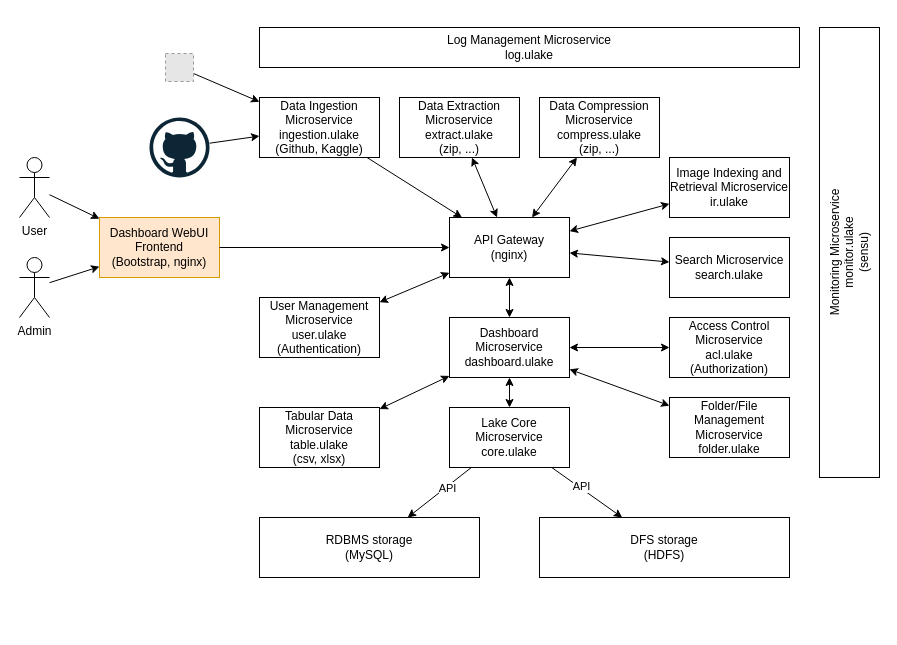
Above: page "Page-1" (1 of 4) of docs/arch.drawio in larycoder/ulake-internship (draw.io), before the change. Source tidied: cells renumbered, new cells numbered last; positions are measured from the earlier drawing's top-left corner, leaving out a move shared by most shapes. Both pictures are drawn from the tidied source at 100%, with x=0, y=0 at pixel (19, 27). Pictures stored in the file or linked from it are replaced by grey dashed boxes.
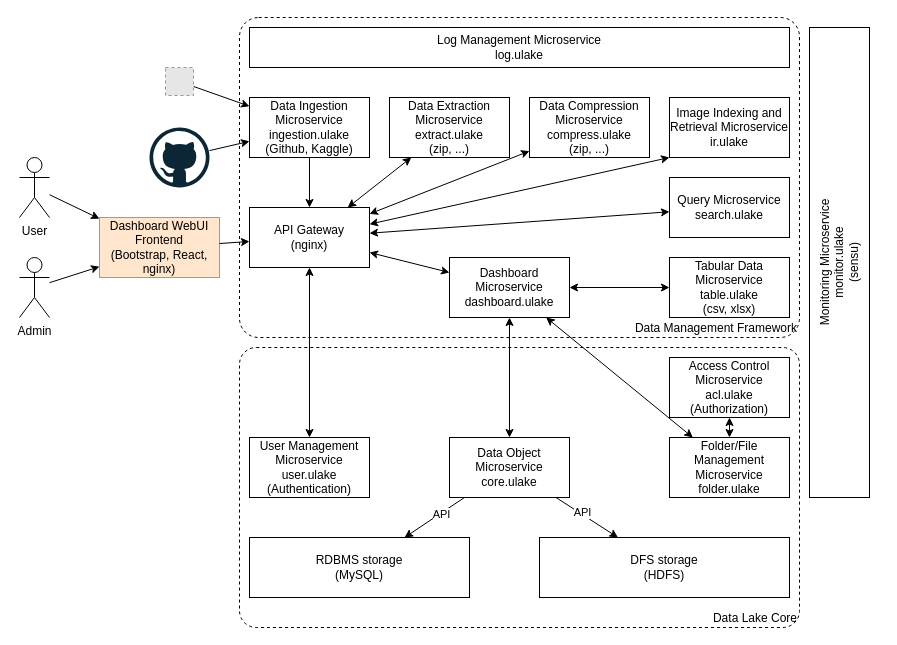
The same page after the edit.

Change to the diagram source:
```diff
@@
+    <mxCell id="43" value="Data Management Framework" style="rounded=1;whiteSpace=wrap;html=1;fillColor=none;perimeterSpacing=0;arcSize=6;dashed=1;verticalAlign=bottom;align=right;" parent="1" vertex="1">
+      <mxGeometry x="220" y="-10" width="560" height="320" as="geometry" />
+    </mxCell>
+    <mxCell id="44" value="Data Lake Core" style="rounded=1;whiteSpace=wrap;html=1;fillColor=none;perimeterSpacing=0;arcSize=6;dashed=1;verticalAlign=bottom;align=right;" parent="1" vertex="1">
+      <mxGeometry x="220" y="320" width="560" height="280" as="geometry" />
+    </mxCell>
@@
     <mxCell id="7" value="API Gateway&lt;br&gt;(nginx)" style="rounded=0;whiteSpace=wrap;html=1;strokeColor=#000000;" parent="1" vertex="1">
-      <mxGeometry x="430" y="190" width="120" height="60" as="geometry" />
+      <mxGeometry x="230" y="180" width="120" height="60" as="geometry" />
     </mxCell>
@@
     <mxCell id="10" value="User Management Microservice&lt;br&gt;user.ulake&lt;br&gt;(Authentication)" style="rounded=0;whiteSpace=wrap;html=1;fillColor=none;strokeColor=#000000;" parent="1" vertex="1">
-      <mxGeometry x="240" y="270" width="120" height="60" as="geometry" />
+      <mxGeometry x="230" y="410" width="120" height="60" as="geometry" />
     </mxCell>
@@
-    <mxCell id="15" value="Lake Core Microservice&lt;br&gt;core.ulake" style="rounded=0;whiteSpace=wrap;html=1;fillColor=none;strokeColor=#000000;" parent="1" vertex="1">
-      <mxGeometry x="430" y="380" width="120" height="60" as="geometry" />
+    <mxCell id="15" value="Data Object&lt;br&gt;Microservice&lt;br&gt;core.ulake" style="rounded=0;whiteSpace=wrap;html=1;fillColor=none;strokeColor=#000000;" parent="1" vertex="1">
+      <mxGeometry x="430" y="410" width="120" height="60" as="geometry" />
     </mxCell>
-    <mxCell id="16" value="Dashboard&amp;nbsp;WebUI&lt;br&gt;Frontend&lt;br&gt;(Bootstrap, nginx)" style="rounded=0;whiteSpace=wrap;html=1;fillColor=#ffe6cc;strokeColor=#d79b00;" parent="1" vertex="1">
+    <mxCell id="16" value="Dashboard&amp;nbsp;WebUI&lt;br&gt;Frontend&lt;br&gt;(Bootstrap, React, nginx)" style="rounded=0;whiteSpace=wrap;html=1;fillColor=#ffe6cc;strokeColor=#d79b00;" parent="1" vertex="1">
       <mxGeometry x="80" y="190" width="120" height="60" as="geometry" />
     </mxCell>
     <mxCell id="17" value="Access Control&lt;br&gt;Microservice&lt;br&gt;acl.ulake&lt;br&gt;(Authorization)" style="rounded=0;whiteSpace=wrap;html=1;fillColor=none;strokeColor=#000000;" parent="1" vertex="1">
-      <mxGeometry x="650" y="290" width="120" height="60" as="geometry" />
+      <mxGeometry x="650" y="330" width="120" height="60" as="geometry" />
     </mxCell>
@@
     <mxCell id="19" value="Folder/File Management Microservice&lt;br&gt;folder.ulake" style="rounded=0;whiteSpace=wrap;html=1;fillColor=none;strokeColor=#000000;" parent="1" vertex="1">
-      <mxGeometry x="650" y="370" width="120" height="60" as="geometry" />
+      <mxGeometry x="650" y="410" width="120" height="60" as="geometry" />
     </mxCell>
@@
     <mxCell id="21" value="Data Ingestion Microservice&lt;br&gt;ingestion.ulake&lt;br&gt;(Github, Kaggle)" style="rounded=0;whiteSpace=wrap;html=1;fillColor=none;strokeColor=#000000;" parent="1" vertex="1">
-      <mxGeometry x="240" y="70" width="120" height="60" as="geometry" />
+      <mxGeometry x="230" y="70" width="120" height="60" as="geometry" />
     </mxCell>
@@
     <mxCell id="25" value="RDBMS storage&lt;br&gt;(MySQL)" style="rounded=0;whiteSpace=wrap;html=1;strokeColor=#000000;" parent="1" vertex="1">
-      <mxGeometry x="240" y="490" width="220" height="60" as="geometry" />
+      <mxGeometry x="230" y="510" width="220" height="60" as="geometry" />
     </mxCell>
     <mxCell id="26" value="DFS storage&lt;br&gt;(HDFS)" style="rounded=0;whiteSpace=wrap;html=1;strokeColor=#000000;" parent="1" vertex="1">
-      <mxGeometry x="520" y="490" width="250" height="60" as="geometry" />
+      <mxGeometry x="520" y="510" width="250" height="60" as="geometry" />
     </mxCell>
     <mxCell id="27" value="Data Compression&lt;br&gt;Microservice&lt;br&gt;compress.ulake&lt;br&gt;(zip, ...)" style="rounded=0;whiteSpace=wrap;html=1;fillColor=none;strokeColor=#000000;" parent="1" vertex="1">
-      <mxGeometry x="520" y="70" width="120" height="60" as="geometry" />
+      <mxGeometry x="510" y="70" width="120" height="60" as="geometry" />
     </mxCell>
@@
     <mxCell id="29" style="fillColor=#E6E6E6;strokeColor=#999999;dashed=1;html=1;verticalAlign=top;verticalLabelPosition=bottom;labelBackgroundColor=#ffffff;" parent="1" vertex="1">
-      <mxGeometry x="146" y="26" width="28" height="28" as="geometry" />
+      <mxGeometry x="146" y="40" width="28" height="28" as="geometry" />
     </mxCell>
@@
     <mxCell id="31" style="dashed=0;outlineConnect=0;html=1;align=center;labelPosition=center;verticalLabelPosition=bottom;verticalAlign=top;shape=mxgraph.weblogos.github;" parent="1" vertex="1">
-      <mxGeometry x="130" y="90" width="60" height="60" as="geometry" />
+      <mxGeometry x="130" y="100" width="60" height="60" as="geometry" />
     </mxCell>
-    <mxCell id="32" style="rounded=0;jettySize=auto;html=1;startArrow=classic;startFill=1;" parent="1" edge="1" source="34" target="17">
+    <mxCell id="32" style="rounded=0;jettySize=auto;html=1;startArrow=classic;startFill=1;" parent="1" edge="1" source="19" target="17">
       <mxGeometry relative="1" as="geometry" />
     </mxCell>
@@
     <mxCell id="34" value="Dashboard Microservice&lt;br&gt;dashboard.ulake" style="rounded=0;whiteSpace=wrap;html=1;fillColor=none;strokeColor=#000000;" parent="1" vertex="1">
-      <mxGeometry x="430" y="290" width="120" height="60" as="geometry" />
+      <mxGeometry x="430" y="230" width="120" height="60" as="geometry" />
     </mxCell>
-    <mxCell id="35" value="Search Microservice&lt;br&gt;search.ulake" style="rounded=0;whiteSpace=wrap;html=1;fillColor=none;strokeColor=#000000;" parent="1" vertex="1">
-      <mxGeometry x="650" y="210" width="120" height="60" as="geometry" />
+    <mxCell id="35" value="Query Microservice&lt;br&gt;search.ulake" style="rounded=0;whiteSpace=wrap;html=1;fillColor=none;strokeColor=#000000;" parent="1" vertex="1">
+      <mxGeometry x="650" y="150" width="120" height="60" as="geometry" />
     </mxCell>
     <mxCell id="36" value="Tabular Data&lt;br&gt;Microservice&lt;br&gt;table.ulake&lt;br&gt;(csv, xlsx)" style="rounded=0;whiteSpace=wrap;html=1;fillColor=none;strokeColor=#000000;" parent="1" vertex="1">
-      <mxGeometry x="240" y="380" width="120" height="60" as="geometry" />
+      <mxGeometry x="650" y="230" width="120" height="60" as="geometry" />
     </mxCell>
@@
     <mxCell id="38" value="Data Extraction&lt;br&gt;Microservice&lt;br&gt;extract.ulake&lt;br&gt;(zip, ...)" style="rounded=0;whiteSpace=wrap;html=1;fillColor=none;strokeColor=#000000;" parent="1" vertex="1">
-      <mxGeometry x="380" y="70" width="120" height="60" as="geometry" />
+      <mxGeometry x="370" y="70" width="120" height="60" as="geometry" />
     </mxCell>
     <mxCell id="39" value="Log Management Microservice&lt;br&gt;log.ulake" style="rounded=0;whiteSpace=wrap;html=1;fillColor=none;strokeColor=#000000;" parent="1" vertex="1">
-      <mxGeometry x="240" width="540" height="40" as="geometry" />
+      <mxGeometry x="230" width="540" height="40" as="geometry" />
     </mxCell>
-    <mxCell id="40" style="edgeStyle=none;rounded=0;jettySize=auto;html=1;startArrow=classic;startFill=1;" parent="1" edge="1" source="41" target="7">
+    <mxCell id="40" style="edgeStyle=none;rounded=0;jettySize=auto;html=1;startArrow=classic;startFill=1;exitX=0;exitY=1;exitDx=0;exitDy=0;" parent="1" edge="1" source="41" target="7">
       <mxGeometry relative="1" as="geometry" />
     </mxCell>
     <mxCell id="41" value="Image Indexing and Retrieval&amp;nbsp;Microservice&lt;br&gt;ir.ulake" style="rounded=0;whiteSpace=wrap;html=1;fillColor=none;strokeColor=#000000;" parent="1" vertex="1">
-      <mxGeometry x="650" y="130" width="120" height="60" as="geometry" />
+      <mxGeometry x="650" y="70" width="120" height="60" as="geometry" />
     </mxCell>
     <mxCell id="42" value="Monitoring Microservice&lt;br&gt;monitor.ulake&lt;br&gt;(sensu)" style="rounded=0;whiteSpace=wrap;html=1;fillColor=none;strokeColor=#000000;horizontal=0;" parent="1" vertex="1">
-      <mxGeometry x="800" width="60" height="450" as="geometry" />
+      <mxGeometry x="790" width="60" height="470" as="geometry" />
     </mxCell>
```
